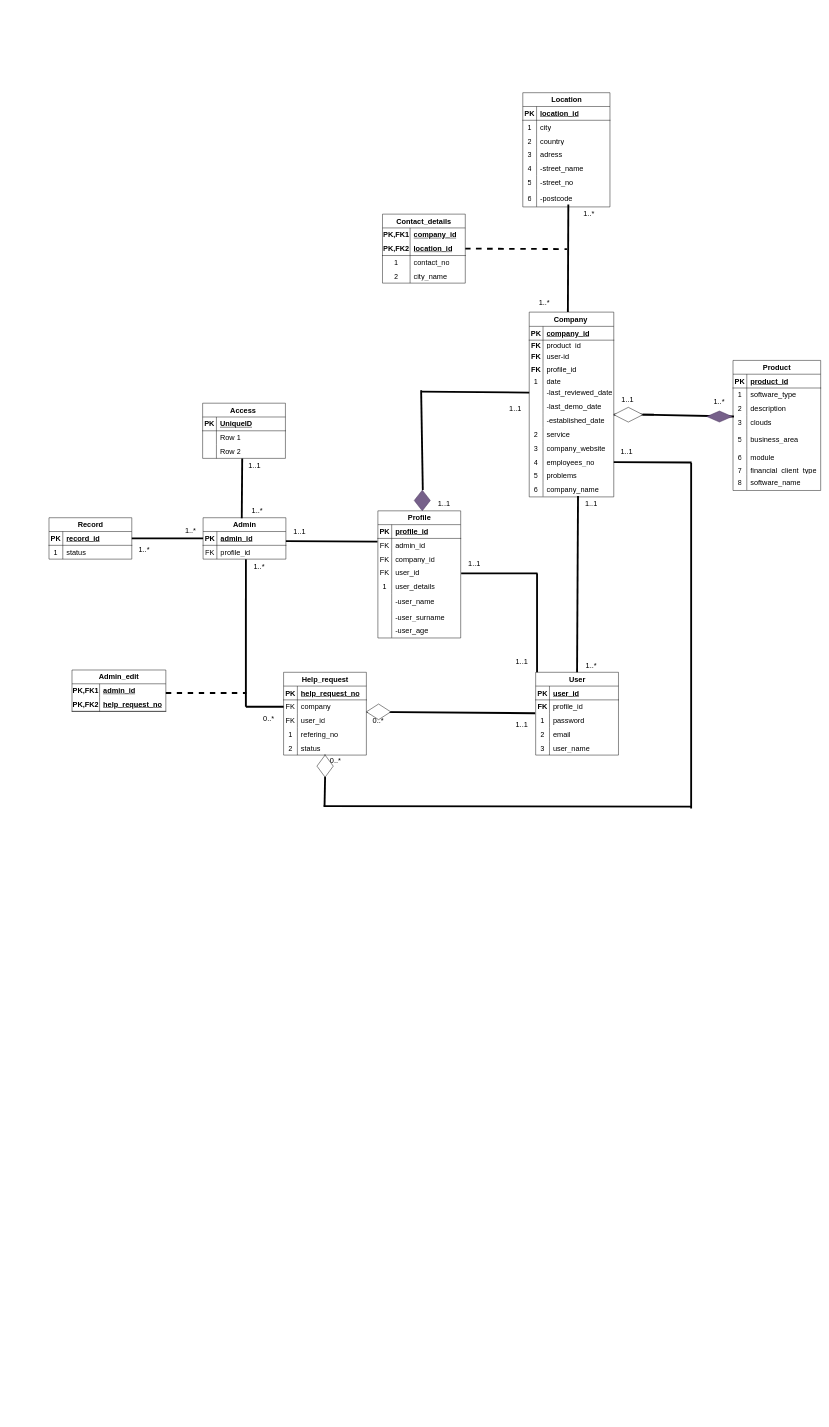
Above: EERD.drawio in CocaDoU/Team5 (draw.io), before the change. Source tidied: cells renumbered, new cells numbered last; positions are measured from the earlier drawing's top-left corner, leaving out a move shared by most shapes. Both pictures are drawn from the tidied source at 46%, with x=0, y=0 at pixel (49, 92).
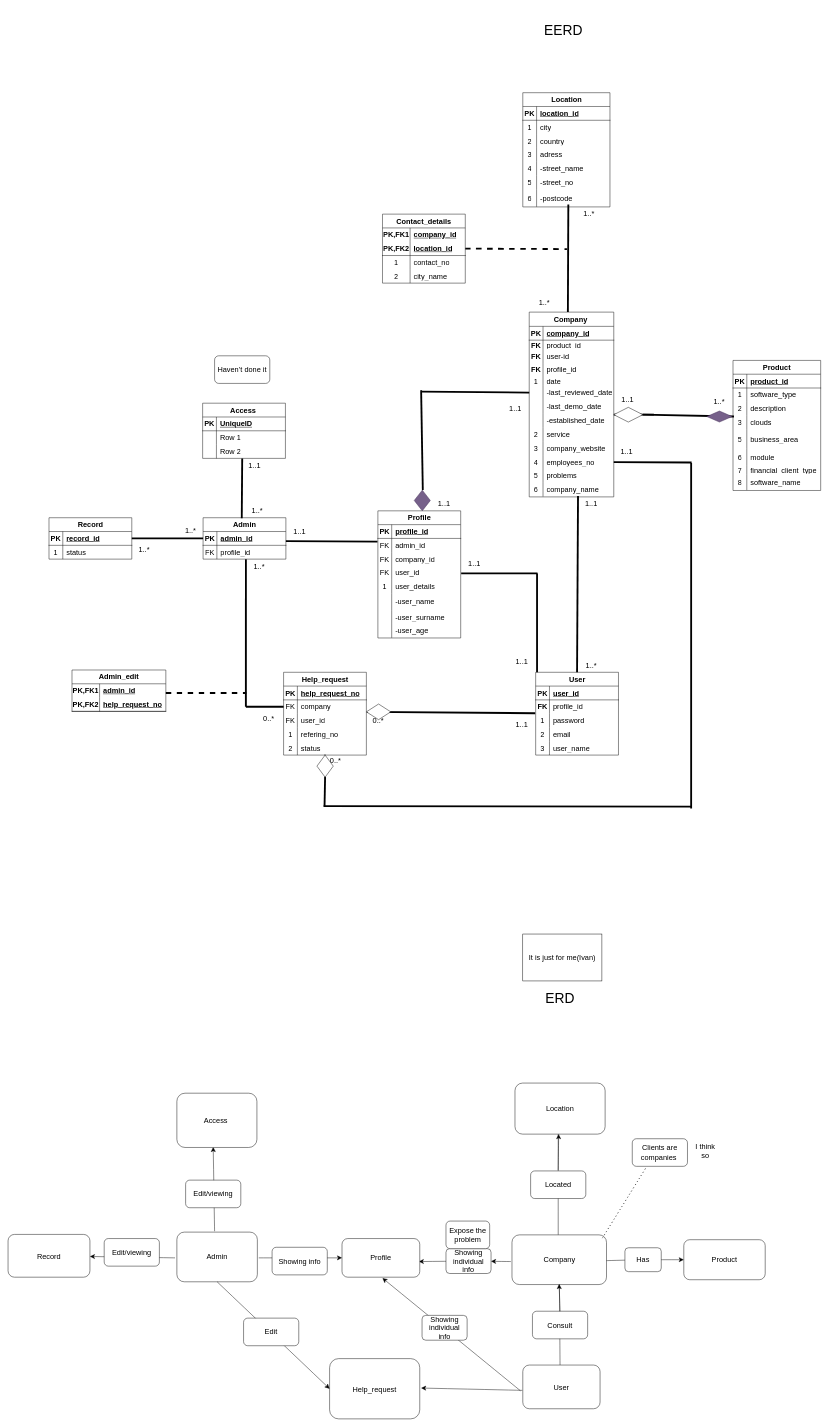
The same diagram, later.

Diff of the diagram source:
```diff
@@
+    <mxCell id="238" value="Location" style="rounded=1;whiteSpace=wrap;html=1;fontSize=16;" parent="1" vertex="1">
+      <mxGeometry x="1013" y="2153" width="196" height="111" as="geometry" />
+    </mxCell>
+    <mxCell id="239" value="EERD" style="text;html=1;strokeColor=none;fillColor=none;align=center;verticalAlign=middle;whiteSpace=wrap;rounded=0;fontSize=30;strokeWidth=4;perimeterSpacing=2;fontFamily=Helvetica;" parent="1" vertex="1">
+      <mxGeometry x="977" y="-184" width="283" height="97" as="geometry" />
+    </mxCell>
+    <mxCell id="240" value="ERD" style="text;html=1;strokeColor=none;fillColor=none;align=center;verticalAlign=middle;whiteSpace=wrap;rounded=0;fontSize=30;" parent="1" vertex="1">
+      <mxGeometry x="1000" y="1869" width="222" height="198" as="geometry" />
+    </mxCell>
+    <mxCell id="241" style="endArrow=none;html=1;rounded=0;fontSize=12;startSize=8;endSize=8;curved=1;" parent="1" edge="1">
+      <mxGeometry relative="1" as="geometry">
+        <mxPoint x="1107" y="2264" as="sourcePoint" />
+        <mxPoint x="1107" y="2485" as="targetPoint" />
+      </mxGeometry>
+    </mxCell>
+    <mxCell id="242" value="Company" style="rounded=1;whiteSpace=wrap;html=1;fontSize=16;" parent="1" vertex="1">
+      <mxGeometry x="1006.5" y="2483" width="205.5" height="108" as="geometry" />
+    </mxCell>
+    <mxCell id="243" value="Product" style="rounded=1;whiteSpace=wrap;html=1;fontSize=16;" parent="1" vertex="1">
+      <mxGeometry x="1380" y="2493.5" width="177" height="87" as="geometry" />
+    </mxCell>
+    <mxCell id="244" style="endArrow=none;html=1;rounded=0;fontSize=12;startSize=8;endSize=8;curved=1;" parent="1" edge="1" target="242">
+      <mxGeometry relative="1" as="geometry">
+        <mxPoint x="1111" y="2767" as="sourcePoint" />
+      </mxGeometry>
+    </mxCell>
+    <mxCell id="245" value="User" style="rounded=1;whiteSpace=wrap;html=1;fontSize=16;" parent="1" vertex="1">
+      <mxGeometry x="1030" y="2766" width="168" height="95" as="geometry" />
+    </mxCell>
+    <mxCell id="246" value="Consult" style="rounded=1;whiteSpace=wrap;html=1;fontSize=16;" parent="1" vertex="1">
+      <mxGeometry x="1051" y="2649" width="120" height="60" as="geometry" />
+    </mxCell>
+    <mxCell id="247" style="endArrow=classic;html=1;rounded=0;fontSize=12;startSize=8;endSize=8;curved=1;exitX=0.5;exitY=0;exitDx=0;exitDy=0;" parent="1" edge="1" source="246">
+      <mxGeometry relative="1" as="geometry">
+        <mxPoint x="1109" y="2590" as="targetPoint" />
+      </mxGeometry>
+    </mxCell>
+    <mxCell id="248" style="endArrow=none;html=1;rounded=0;fontSize=12;startSize=8;endSize=8;curved=1;" parent="1" edge="1" target="249">
+      <mxGeometry relative="1" as="geometry">
+        <mxPoint x="1212" y="2539" as="sourcePoint" />
+      </mxGeometry>
+    </mxCell>
+    <mxCell id="249" value="Has" style="rounded=1;whiteSpace=wrap;html=1;fontSize=16;" parent="1" vertex="1">
+      <mxGeometry x="1252" y="2511" width="79" height="52" as="geometry" />
+    </mxCell>
+    <mxCell id="250" style="endArrow=classic;html=1;rounded=0;fontSize=12;startSize=8;endSize=8;curved=1;entryX=0;entryY=0.5;entryDx=0;entryDy=0;exitX=1;exitY=0.5;exitDx=0;exitDy=0;" parent="1" edge="1" target="243">
+      <mxGeometry relative="1" as="geometry">
+        <mxPoint x="1331" y="2537" as="sourcePoint" />
+      </mxGeometry>
+    </mxCell>
+    <mxCell id="251" value="Located" style="rounded=1;whiteSpace=wrap;html=1;fontSize=16;" parent="1" vertex="1">
+      <mxGeometry x="1047" y="2344" width="120" height="60" as="geometry" />
+    </mxCell>
+    <mxCell id="252" style="endArrow=classic;html=1;rounded=0;fontSize=12;startSize=8;endSize=8;curved=1;" parent="1" edge="1">
+      <mxGeometry relative="1" as="geometry">
+        <mxPoint x="1107" y="2342" as="sourcePoint" />
+        <mxPoint x="1108" y="2264" as="targetPoint" />
+      </mxGeometry>
+    </mxCell>
+    <mxCell id="253" style="endArrow=classic;html=1;rounded=0;fontSize=12;startSize=8;endSize=8;curved=1;" parent="1" edge="1" source="267">
+      <mxGeometry relative="1" as="geometry">
+        <mxPoint x="804" y="2541" as="targetPoint" />
+      </mxGeometry>
+    </mxCell>
+    <mxCell id="254" value="Profile" style="rounded=1;whiteSpace=wrap;html=1;fontSize=16;" parent="1" vertex="1">
+      <mxGeometry x="637" y="2491" width="169" height="84" as="geometry" />
+    </mxCell>
+    <mxCell id="255" style="endArrow=classic;html=1;rounded=0;fontSize=12;startSize=8;endSize=8;curved=1;" parent="1" edge="1">
+      <mxGeometry relative="1" as="geometry">
+        <mxPoint x="1025" y="2822" as="sourcePoint" />
+        <mxPoint x="725" y="2577" as="targetPoint" />
+      </mxGeometry>
+    </mxCell>
+    <mxCell id="256" style="endArrow=classic;html=1;rounded=0;fontSize=12;startSize=8;endSize=8;curved=1;entryX=0;entryY=0.5;entryDx=0;entryDy=0;" parent="1" edge="1" target="254">
+      <mxGeometry relative="1" as="geometry">
+        <mxPoint x="456" y="2533" as="sourcePoint" />
+      </mxGeometry>
+    </mxCell>
+    <mxCell id="257" value="Admin" style="rounded=1;whiteSpace=wrap;html=1;fontSize=16;" parent="1" vertex="1">
+      <mxGeometry x="278" y="2477" width="175" height="108" as="geometry" />
+    </mxCell>
+    <mxCell id="258" value="Help_request" style="rounded=1;whiteSpace=wrap;html=1;fontSize=16;" parent="1" vertex="1">
+      <mxGeometry x="610" y="2752" width="196" height="131" as="geometry" />
+    </mxCell>
+    <mxCell id="259" style="endArrow=classic;html=1;rounded=0;fontSize=12;startSize=8;endSize=8;curved=1;" parent="1" edge="1">
+      <mxGeometry relative="1" as="geometry">
+        <mxPoint x="1029" y="2821" as="sourcePoint" />
+        <mxPoint x="809" y="2816" as="targetPoint" />
+      </mxGeometry>
+    </mxCell>
+    <mxCell id="260" style="endArrow=classic;html=1;rounded=0;fontSize=12;startSize=8;endSize=8;curved=1;entryX=0;entryY=0.5;entryDx=0;entryDy=0;exitX=0.5;exitY=1;exitDx=0;exitDy=0;" parent="1" edge="1" source="257" target="258">
+      <mxGeometry relative="1" as="geometry" />
+    </mxCell>
+    <mxCell id="261" style="endArrow=classic;html=1;rounded=0;fontSize=12;startSize=8;endSize=8;curved=1;" parent="1" edge="1">
+      <mxGeometry relative="1" as="geometry">
+        <mxPoint x="360" y="2475" as="sourcePoint" />
+        <mxPoint x="357" y="2292" as="targetPoint" />
+      </mxGeometry>
+    </mxCell>
+    <mxCell id="262" value="Access&amp;nbsp;" style="rounded=1;whiteSpace=wrap;html=1;fontSize=16;" parent="1" vertex="1">
+      <mxGeometry x="278" y="2175" width="174" height="118" as="geometry" />
+    </mxCell>
+    <mxCell id="263" style="endArrow=classic;html=1;rounded=0;fontSize=12;startSize=8;endSize=8;curved=1;" parent="1" edge="1" target="264">
+      <mxGeometry relative="1" as="geometry">
+        <mxPoint x="274" y="2533" as="sourcePoint" />
+      </mxGeometry>
+    </mxCell>
+    <mxCell id="264" value="Record" style="rounded=1;whiteSpace=wrap;html=1;fontSize=16;" parent="1" vertex="1">
+      <mxGeometry x="-89" y="2482" width="178" height="93" as="geometry" />
+    </mxCell>
+    <mxCell id="265" value="Showing individual info" style="rounded=1;whiteSpace=wrap;html=1;fontSize=16;" parent="1" vertex="1">
+      <mxGeometry x="811" y="2658" width="98" height="54" as="geometry" />
+    </mxCell>
+    <mxCell id="266" style="endArrow=classic;html=1;rounded=0;fontSize=12;startSize=8;endSize=8;curved=1;" parent="1" edge="1" target="267">
+      <mxGeometry relative="1" as="geometry">
+        <mxPoint x="1004" y="2541" as="sourcePoint" />
+      </mxGeometry>
+    </mxCell>
+    <mxCell id="267" value="Showing individual info" style="rounded=1;whiteSpace=wrap;html=1;fontSize=16;" parent="1" vertex="1">
+      <mxGeometry x="863" y="2513" width="98" height="54" as="geometry" />
+    </mxCell>
+    <mxCell id="268" value="Expose the problem" style="rounded=1;whiteSpace=wrap;html=1;fontSize=16;" parent="1" vertex="1">
+      <mxGeometry x="863" y="2453" width="95" height="60" as="geometry" />
+    </mxCell>
+    <mxCell id="269" value="Showing info" style="rounded=1;whiteSpace=wrap;html=1;fontSize=16;" parent="1" vertex="1">
+      <mxGeometry x="485" y="2510" width="120" height="60" as="geometry" />
+    </mxCell>
+    <mxCell id="270" value="Edit" style="rounded=1;whiteSpace=wrap;html=1;fontSize=16;" parent="1" vertex="1">
+      <mxGeometry x="423" y="2664" width="120" height="60" as="geometry" />
+    </mxCell>
+    <mxCell id="271" value="Edit/viewing" style="rounded=1;whiteSpace=wrap;html=1;fontSize=16;" parent="1" vertex="1">
+      <mxGeometry x="297" y="2364" width="120" height="60" as="geometry" />
+    </mxCell>
+    <mxCell id="272" value="Edit/viewing" style="rounded=1;whiteSpace=wrap;html=1;fontSize=16;" parent="1" vertex="1">
+      <mxGeometry x="120" y="2491" width="120" height="60" as="geometry" />
+    </mxCell>
+    <mxCell id="273" value="It is just for me(Ivan)" style="rounded=0;whiteSpace=wrap;html=1;fontSize=16;" parent="1" vertex="1">
+      <mxGeometry x="1030" y="1829" width="172" height="102" as="geometry" />
+    </mxCell>
+    <mxCell id="274" value="Haven’t done it" style="rounded=1;whiteSpace=wrap;html=1;fontSize=16;" parent="1" vertex="1">
+      <mxGeometry x="360" y="572" width="120" height="60" as="geometry" />
+    </mxCell>
+    <mxCell id="275" value="Clients are companies&amp;nbsp;" style="rounded=1;whiteSpace=wrap;html=1;fontSize=16;" parent="1" vertex="1">
+      <mxGeometry x="1268" y="2274" width="120" height="60" as="geometry" />
+    </mxCell>
+    <mxCell id="276" style="endArrow=none;dashed=1;html=1;dashPattern=1 3;strokeWidth=2;rounded=0;fontSize=12;startSize=8;endSize=8;curved=1;exitX=0.956;exitY=0.065;exitDx=0;exitDy=0;exitPerimeter=0;" parent="1" edge="1" source="242">
+      <mxGeometry relative="1" as="geometry">
+        <mxPoint x="1299" y="2335" as="targetPoint" />
+      </mxGeometry>
+    </mxCell>
+    <mxCell id="277" value="I think so" style="text;html=1;strokeColor=none;fillColor=none;align=center;verticalAlign=middle;whiteSpace=wrap;rounded=0;fontSize=16;" parent="1" vertex="1">
+      <mxGeometry x="1397" y="2285" width="60" height="30" as="geometry" />
+    </mxCell>
```
